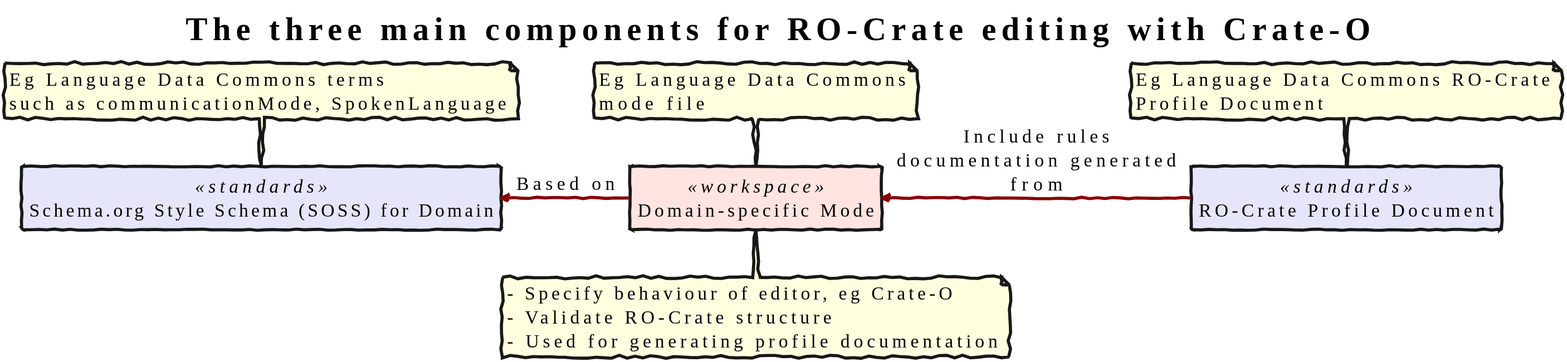
Above: docs/images/schema-mode-profile.svg in Language-Research-Technology/ro-crate-modes (PlantUML), before the change.
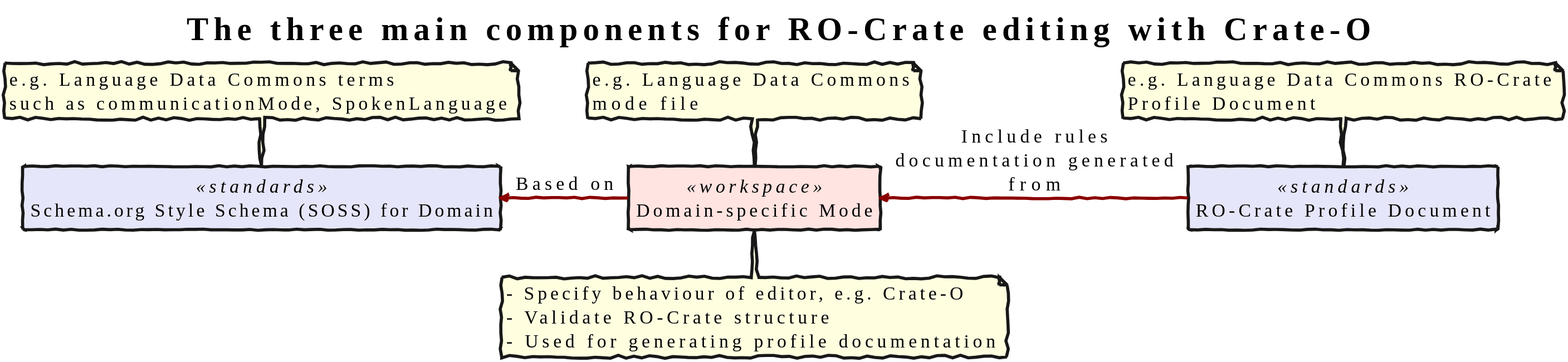
The same file after the commit.

Diff of the diagram source:
```diff
@@ -8,16 +8,16 @@
 
 
 
-note top of soss: Eg Language Data Commons terms\nsuch as communicationMode, SpokenLanguage
+note top of soss: e.g. Language Data Commons terms\nsuch as communicationMode, SpokenLanguage
 
 rectangle "Domain-specific Mode" <<workspace>> as md
-note top of md: Eg Language Data Commons\nmode file
-note bottom of md: - Specify behaviour of editor, eg Crate-O\n- Validate RO-Crate structure\n- Used for generating profile documentation
+note top of md: e.g. Language Data Commons\nmode file
+note bottom of md: - Specify behaviour of editor, e.g. Crate-O\n- Validate RO-Crate structure\n- Used for generating profile documentation
 
 rectangle "RO-Crate Profile Document" <<standards>> as pf
 
 pf -left-> md : Include rules\ndocumentation generated\nfrom
 soss <-right- md : Based on
 
-note top of pf: Eg Language Data Commons RO-Crate\nProfile Document
+note top of pf: e.g. Language Data Commons RO-Crate\nProfile Document
 @enduml
```
